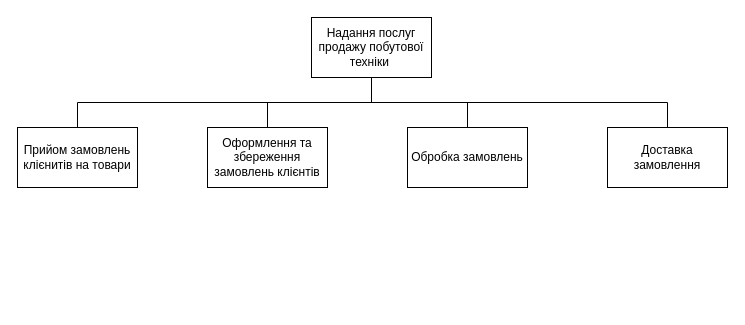
This is System decomposing.drawio from Mehanari/system_analysis_first_practice, a draw.io file, before an edit. Source tidied: cells renumbered, new cells numbered last; positions are measured from the earlier drawing's top-left corner, leaving out a move shared by most shapes. Both pictures are drawn from the tidied source at 100%, with x=0, y=0 at pixel (17, 17).
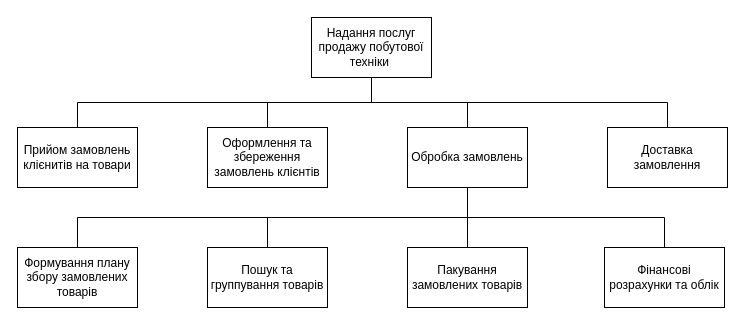
The same page after the edit.

Change to the diagram source:
```diff
@@
 <mxGraphModel>
   <root>
     <mxCell id="0" />
     <mxCell id="1" parent="0" />
     <mxCell id="2" value="Надання послуг продажу побутової техніки&amp;nbsp;" style="rounded=0;whiteSpace=wrap;html=1;" parent="1" vertex="1">
       <mxGeometry x="294" width="120" height="60" as="geometry" />
     </mxCell>
     <mxCell id="3" value="Прийом замовлень клієнитів на товари" style="rounded=0;whiteSpace=wrap;html=1;" parent="1" vertex="1">
       <mxGeometry y="110" width="120" height="60" as="geometry" />
     </mxCell>
     <mxCell id="4" value="Оформлення та збереження замовлень клієнтів" style="rounded=0;whiteSpace=wrap;html=1;" parent="1" vertex="1">
       <mxGeometry x="190" y="110" width="120" height="60" as="geometry" />
     </mxCell>
     <mxCell id="5" value="Обробка замовлень" style="rounded=0;whiteSpace=wrap;html=1;" parent="1" vertex="1">
       <mxGeometry x="390" y="110" width="120" height="60" as="geometry" />
     </mxCell>
     <mxCell id="6" value="Доставка замовлення" style="rounded=0;whiteSpace=wrap;html=1;" parent="1" vertex="1">
       <mxGeometry x="590" y="110" width="120" height="60" as="geometry" />
     </mxCell>
     <mxCell id="7" style="endArrow=none;html=1;rounded=0;entryX=0.5;entryY=1;entryDx=0;entryDy=0;exitX=0.5;exitY=0;exitDx=0;exitDy=0;edgeStyle=orthogonalEdgeStyle;" parent="1" edge="1" source="3" target="2">
       <mxGeometry relative="1" as="geometry" />
     </mxCell>
     <mxCell id="8" style="endArrow=none;html=1;rounded=0;entryX=0.5;entryY=1;entryDx=0;entryDy=0;exitX=0.5;exitY=0;exitDx=0;exitDy=0;edgeStyle=orthogonalEdgeStyle;" parent="1" edge="1" source="4" target="2">
       <mxGeometry relative="1" as="geometry" />
     </mxCell>
     <mxCell id="9" style="endArrow=none;html=1;rounded=0;entryX=0.5;entryY=1;entryDx=0;entryDy=0;exitX=0.5;exitY=0;exitDx=0;exitDy=0;edgeStyle=orthogonalEdgeStyle;" parent="1" edge="1" source="5" target="2">
       <mxGeometry relative="1" as="geometry" />
     </mxCell>
     <mxCell id="10" style="endArrow=none;html=1;rounded=0;entryX=0.5;entryY=1;entryDx=0;entryDy=0;exitX=0.5;exitY=0;exitDx=0;exitDy=0;edgeStyle=orthogonalEdgeStyle;" parent="1" edge="1" source="6" target="2">
       <mxGeometry relative="1" as="geometry" />
     </mxCell>
+    <mxCell id="11" value="Формування плану збору замовлених товарів" style="rounded=0;whiteSpace=wrap;html=1;" parent="1" vertex="1">
+      <mxGeometry y="230" width="120" height="60" as="geometry" />
+    </mxCell>
+    <mxCell id="12" value="Пошук та группування товарів" style="rounded=0;whiteSpace=wrap;html=1;" parent="1" vertex="1">
+      <mxGeometry x="190" y="230" width="120" height="60" as="geometry" />
+    </mxCell>
+    <mxCell id="13" value="Пакування замовлених товарів" style="rounded=0;whiteSpace=wrap;html=1;" parent="1" vertex="1">
+      <mxGeometry x="390" y="230" width="120" height="60" as="geometry" />
+    </mxCell>
+    <mxCell id="14" value="Фінансові розрахунки та облік" style="rounded=0;whiteSpace=wrap;html=1;" parent="1" vertex="1">
+      <mxGeometry x="587" y="230" width="120" height="60" as="geometry" />
+    </mxCell>
+    <mxCell id="15" style="endArrow=none;html=1;rounded=0;entryX=0.5;entryY=1;entryDx=0;entryDy=0;exitX=0.5;exitY=0;exitDx=0;exitDy=0;edgeStyle=orthogonalEdgeStyle;" parent="1" edge="1" source="11" target="5">
+      <mxGeometry relative="1" as="geometry" />
+    </mxCell>
+    <mxCell id="16" style="endArrow=none;html=1;rounded=0;entryX=0.5;entryY=1;entryDx=0;entryDy=0;exitX=0.5;exitY=0;exitDx=0;exitDy=0;edgeStyle=orthogonalEdgeStyle;" parent="1" edge="1" source="12" target="5">
+      <mxGeometry relative="1" as="geometry" />
+    </mxCell>
+    <mxCell id="17" style="endArrow=none;html=1;rounded=0;entryX=0.5;entryY=1;entryDx=0;entryDy=0;exitX=0.5;exitY=0;exitDx=0;exitDy=0;edgeStyle=orthogonalEdgeStyle;" parent="1" edge="1" source="13" target="5">
+      <mxGeometry relative="1" as="geometry" />
+    </mxCell>
+    <mxCell id="18" style="endArrow=none;html=1;rounded=0;entryX=0.5;entryY=1;entryDx=0;entryDy=0;exitX=0.5;exitY=0;exitDx=0;exitDy=0;edgeStyle=orthogonalEdgeStyle;" parent="1" edge="1" source="14" target="5">
+      <mxGeometry relative="1" as="geometry" />
+    </mxCell>
   </root>
 </mxGraphModel>
```
